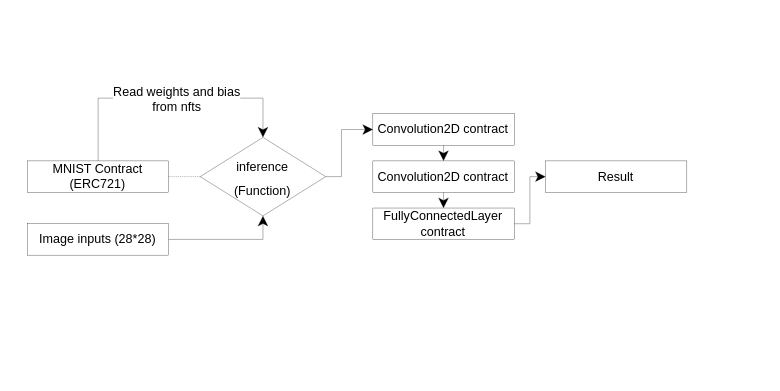
The draw.io diagram public/schematic.drawio in scottham/OnChainHRDigitPredict, before the edit. Source tidied: cells renumbered, new cells numbered last; positions are measured from the earlier drawing's top-left corner, leaving out a move shared by most shapes. Both pictures are drawn from the tidied source at 157%, with x=0, y=0 at pixel (27, 97).
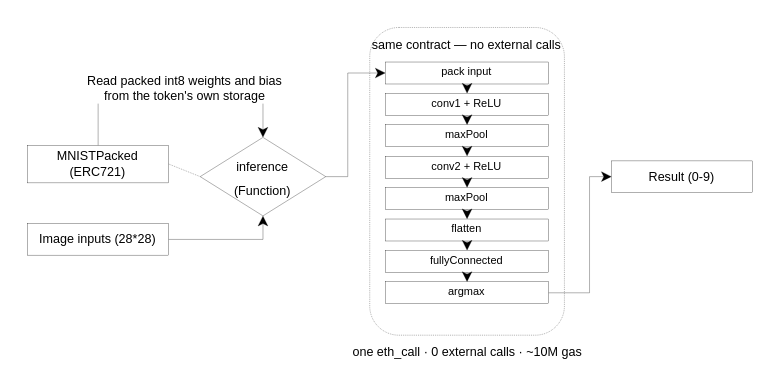
Above is the later version.

Commit message (it also covers changes not shown here):
Redraw the schematic for the contract that is actually deployed

Unchanged cells that the change refers to:
```xml
<mxCell id="3" value="&lt;font style=&quot;font-size: 8px; line-height: 0%;&quot;&gt;inference&lt;br&gt;(Function)&lt;/font&gt;" style="rhombus;whiteSpace=wrap;html=1;strokeWidth=0.2;spacing=1;spacingBottom=0;" parent="1" vertex="1">
  <mxGeometry x="110" y="25" width="80" height="50" as="geometry" />
</mxCell>
```

What changed in the source:
```diff
@@
-    <mxCell id="2" value="MNIST Contract&lt;br&gt;(ERC721)" style="rounded=0;whiteSpace=wrap;html=1;horizontal=1;strokeWidth=0.2;fontSize=8;" parent="1" vertex="1">
-      <mxGeometry y="40" width="90" height="20" as="geometry" />
-    </mxCell>
+    <mxCell id="17" value="MNISTPacked&lt;br&gt;(ERC721)" style="rounded=0;whiteSpace=wrap;html=1;horizontal=1;strokeWidth=0.2;fontSize=8;" parent="1" vertex="1">
+      <mxGeometry y="30" width="90" height="24" as="geometry" />
+    </mxCell>
+    <mxCell id="15" value="Image inputs (28*28)" style="rounded=0;whiteSpace=wrap;html=1;horizontal=1;strokeWidth=0.2;fontSize=8;" parent="1" vertex="1">
+      <mxGeometry y="80" width="90" height="20" as="geometry" />
+    </mxCell>
@@
-    <mxCell id="4" style="endArrow=none;dashed=1;html=1;rounded=0;exitX=1;exitY=0.5;exitDx=0;exitDy=0;entryX=0;entryY=0.5;entryDx=0;entryDy=0;strokeWidth=0.2;" parent="1" edge="1" source="2" target="3">
-      <mxGeometry relative="1" as="geometry" />
-    </mxCell>
-    <mxCell id="5" style="endArrow=classic;html=1;rounded=0;strokeWidth=0.2;exitX=0.5;exitY=0;exitDx=0;exitDy=0;entryX=0.5;entryY=0;entryDx=0;entryDy=0;" parent="1" edge="1" source="2" target="3">
-      <mxGeometry relative="1" as="geometry">
-        <Array as="points">
-          <mxPoint x="45" />
-          <mxPoint x="100" />
-          <mxPoint x="150" />
-        </Array>
-      </mxGeometry>
-    </mxCell>
-    <mxCell id="6" value="Read weights and bias&lt;br&gt;from nfts" style="edgeLabel;html=1;align=center;verticalAlign=middle;fontSize=8;" parent="5" vertex="1">
-      <mxGeometry x="0.05" relative="1" as="geometry" />
-    </mxCell>
-    <mxCell id="7" value="Convolution2D contract" style="rounded=0;whiteSpace=wrap;html=1;horizontal=1;strokeWidth=0.2;fontSize=8;" parent="1" vertex="1">
-      <mxGeometry x="220" y="10" width="90" height="20" as="geometry" />
-    </mxCell>
-    <mxCell id="8" value="FullyConnectedLayer contract" style="rounded=0;whiteSpace=wrap;html=1;horizontal=1;strokeWidth=0.2;fontSize=8;" parent="1" vertex="1">
-      <mxGeometry x="220" y="70" width="90" height="20" as="geometry" />
-    </mxCell>
-    <mxCell id="9" value="Convolution2D contract" style="rounded=0;whiteSpace=wrap;html=1;horizontal=1;strokeWidth=0.2;fontSize=8;" parent="1" vertex="1">
-      <mxGeometry x="220" y="40" width="90" height="20" as="geometry" />
-    </mxCell>
-    <mxCell id="10" style="endArrow=classic;html=1;rounded=0;strokeWidth=0.2;entryX=0;entryY=0.5;entryDx=0;entryDy=0;exitX=1;exitY=0.5;exitDx=0;exitDy=0;" parent="1" edge="1" source="3" target="7">
-      <mxGeometry relative="1" as="geometry">
-        <Array as="points">
-          <mxPoint x="200" y="50" />
-          <mxPoint x="200" y="20" />
-        </Array>
-      </mxGeometry>
-    </mxCell>
-    <mxCell id="11" style="endArrow=classic;html=1;rounded=0;strokeWidth=0.2;entryX=0.5;entryY=0;entryDx=0;entryDy=0;exitX=0.5;exitY=1;exitDx=0;exitDy=0;" parent="1" edge="1" source="7" target="9">
-      <mxGeometry relative="1" as="geometry" />
-    </mxCell>
-    <mxCell id="12" style="endArrow=classic;html=1;rounded=0;strokeWidth=0.2;entryX=0.5;entryY=0;entryDx=0;entryDy=0;exitX=0.5;exitY=1;exitDx=0;exitDy=0;" parent="1" edge="1" source="9" target="8">
-      <mxGeometry relative="1" as="geometry" />
-    </mxCell>
-    <mxCell id="13" value="Result" style="rounded=0;whiteSpace=wrap;html=1;horizontal=1;strokeWidth=0.2;fontSize=8;" parent="1" vertex="1">
-      <mxGeometry x="330" y="40" width="90" height="20" as="geometry" />
-    </mxCell>
-    <mxCell id="14" style="endArrow=classic;html=1;rounded=0;strokeWidth=0.2;entryX=0;entryY=0.5;entryDx=0;entryDy=0;exitX=1;exitY=0.5;exitDx=0;exitDy=0;" parent="1" edge="1" source="8" target="13">
-      <mxGeometry relative="1" as="geometry">
-        <Array as="points">
-          <mxPoint x="320" y="80" />
-          <mxPoint x="320" y="50" />
-        </Array>
-      </mxGeometry>
-    </mxCell>
-    <mxCell id="15" value="Image inputs (28*28)" style="rounded=0;whiteSpace=wrap;html=1;horizontal=1;strokeWidth=0.2;fontSize=8;" parent="1" vertex="1">
-      <mxGeometry y="80" width="90" height="20" as="geometry" />
-    </mxCell>
+    <mxCell id="18" style="endArrow=none;dashed=1;html=1;rounded=0;exitX=1;exitY=0.5;exitDx=0;exitDy=0;entryX=0;entryY=0.5;entryDx=0;entryDy=0;strokeWidth=0.2;" parent="1" edge="1" source="17" target="3">
+      <mxGeometry relative="1" as="geometry" />
+    </mxCell>
+    <mxCell id="19" style="endArrow=classic;html=1;rounded=0;strokeWidth=0.2;exitX=0.5;exitY=0;exitDx=0;exitDy=0;entryX=0.5;entryY=0;entryDx=0;entryDy=0;" parent="1" edge="1" source="17" target="3">
+      <mxGeometry relative="1" as="geometry">
+        <Array as="points">
+          <mxPoint x="45" y="-7" />
+          <mxPoint x="150" y="-7" />
+        </Array>
+      </mxGeometry>
+    </mxCell>
+    <mxCell id="20" value="Read packed int8 weights and bias&lt;br&gt;from the token's own storage" style="edgeLabel;html=1;align=center;verticalAlign=middle;fontSize=8;" parent="19" vertex="1">
+      <mxGeometry x="0.05" relative="1" as="geometry" />
+    </mxCell>
     <mxCell id="16" style="endArrow=classic;html=1;rounded=0;strokeWidth=0.2;entryX=0.5;entryY=1;entryDx=0;entryDy=0;exitX=1;exitY=0.5;exitDx=0;exitDy=0;" parent="1" edge="1" source="15" target="3">
       <mxGeometry relative="1" as="geometry">
         <Array as="points">
-          <mxPoint x="140" y="90" />
           <mxPoint x="150" y="90" />
         </Array>
       </mxGeometry>
     </mxCell>
+    <mxCell id="21" value="&lt;font style=&quot;font-size: 8px;&quot;&gt;same contract — no external calls&lt;/font&gt;" style="rounded=1;whiteSpace=wrap;html=1;strokeWidth=0.2;dashed=1;fillColor=none;verticalAlign=top;fontSize=8;" parent="1" vertex="1">
+      <mxGeometry x="218" y="-45" width="124" height="196" as="geometry" />
+    </mxCell>
+    <mxCell id="22" value="pack input" style="rounded=0;whiteSpace=wrap;html=1;strokeWidth=0.2;fontSize=7;" parent="1" vertex="1">
+      <mxGeometry x="228" y="-23" width="104" height="14" as="geometry" />
+    </mxCell>
+    <mxCell id="23" value="conv1 + ReLU" style="rounded=0;whiteSpace=wrap;html=1;strokeWidth=0.2;fontSize=7;" parent="1" vertex="1">
+      <mxGeometry x="228" y="-3" width="104" height="14" as="geometry" />
+    </mxCell>
+    <mxCell id="24" value="maxPool" style="rounded=0;whiteSpace=wrap;html=1;strokeWidth=0.2;fontSize=7;" parent="1" vertex="1">
+      <mxGeometry x="228" y="17" width="104" height="14" as="geometry" />
+    </mxCell>
+    <mxCell id="25" value="conv2 + ReLU" style="rounded=0;whiteSpace=wrap;html=1;strokeWidth=0.2;fontSize=7;" parent="1" vertex="1">
+      <mxGeometry x="228" y="37" width="104" height="14" as="geometry" />
+    </mxCell>
+    <mxCell id="26" value="maxPool" style="rounded=0;whiteSpace=wrap;html=1;strokeWidth=0.2;fontSize=7;" parent="1" vertex="1">
+      <mxGeometry x="228" y="57" width="104" height="14" as="geometry" />
+    </mxCell>
+    <mxCell id="27" value="flatten" style="rounded=0;whiteSpace=wrap;html=1;strokeWidth=0.2;fontSize=7;" parent="1" vertex="1">
+      <mxGeometry x="228" y="77" width="104" height="14" as="geometry" />
+    </mxCell>
+    <mxCell id="28" value="fullyConnected" style="rounded=0;whiteSpace=wrap;html=1;strokeWidth=0.2;fontSize=7;" parent="1" vertex="1">
+      <mxGeometry x="228" y="97" width="104" height="14" as="geometry" />
+    </mxCell>
+    <mxCell id="29" value="argmax" style="rounded=0;whiteSpace=wrap;html=1;strokeWidth=0.2;fontSize=7;" parent="1" vertex="1">
+      <mxGeometry x="228" y="117" width="104" height="14" as="geometry" />
+    </mxCell>
+    <mxCell id="30" style="endArrow=classic;html=1;rounded=0;strokeWidth=0.2;exitX=0.5;exitY=1;entryX=0.5;entryY=0;" parent="1" edge="1" source="22" target="23">
+      <mxGeometry relative="1" as="geometry" />
+    </mxCell>
+    <mxCell id="31" style="endArrow=classic;html=1;rounded=0;strokeWidth=0.2;exitX=0.5;exitY=1;entryX=0.5;entryY=0;" parent="1" edge="1" source="23" target="24">
+      <mxGeometry relative="1" as="geometry" />
+    </mxCell>
+    <mxCell id="32" style="endArrow=classic;html=1;rounded=0;strokeWidth=0.2;exitX=0.5;exitY=1;entryX=0.5;entryY=0;" parent="1" edge="1" source="24" target="25">
+      <mxGeometry relative="1" as="geometry" />
+    </mxCell>
+    <mxCell id="33" style="endArrow=classic;html=1;rounded=0;strokeWidth=0.2;exitX=0.5;exitY=1;entryX=0.5;entryY=0;" parent="1" edge="1" source="25" target="26">
+      <mxGeometry relative="1" as="geometry" />
+    </mxCell>
+    <mxCell id="34" style="endArrow=classic;html=1;rounded=0;strokeWidth=0.2;exitX=0.5;exitY=1;entryX=0.5;entryY=0;" parent="1" edge="1" source="26" target="27">
+      <mxGeometry relative="1" as="geometry" />
+    </mxCell>
+    <mxCell id="35" style="endArrow=classic;html=1;rounded=0;strokeWidth=0.2;exitX=0.5;exitY=1;entryX=0.5;entryY=0;" parent="1" edge="1" source="27" target="28">
+      <mxGeometry relative="1" as="geometry" />
+    </mxCell>
+    <mxCell id="36" style="endArrow=classic;html=1;rounded=0;strokeWidth=0.2;exitX=0.5;exitY=1;entryX=0.5;entryY=0;" parent="1" edge="1" source="28" target="29">
+      <mxGeometry relative="1" as="geometry" />
+    </mxCell>
+    <mxCell id="37" style="endArrow=classic;html=1;rounded=0;strokeWidth=0.2;exitX=1;exitY=0.5;exitDx=0;exitDy=0;entryX=0;entryY=0.5;entryDx=0;entryDy=0;" parent="1" edge="1" source="3" target="22">
+      <mxGeometry relative="1" as="geometry">
+        <Array as="points">
+          <mxPoint x="204" y="50" />
+          <mxPoint x="204" y="-16" />
+        </Array>
+      </mxGeometry>
+    </mxCell>
+    <mxCell id="38" value="Result (0-9)" style="rounded=0;whiteSpace=wrap;html=1;horizontal=1;strokeWidth=0.2;fontSize=8;" parent="1" vertex="1">
+      <mxGeometry x="372" y="40" width="90" height="20" as="geometry" />
+    </mxCell>
+    <mxCell id="39" style="endArrow=classic;html=1;rounded=0;strokeWidth=0.2;exitX=1;exitY=0.5;exitDx=0;exitDy=0;entryX=0;entryY=0.5;entryDx=0;entryDy=0;" parent="1" edge="1" source="29" target="38">
+      <mxGeometry relative="1" as="geometry">
+        <Array as="points">
+          <mxPoint x="358" y="124" />
+          <mxPoint x="358" y="50" />
+        </Array>
+      </mxGeometry>
+    </mxCell>
+    <mxCell id="40" value="one eth_call · 0 external calls · ~10M gas" style="text;html=1;align=center;verticalAlign=middle;fontSize=8;" parent="1" vertex="1">
+      <mxGeometry x="218" y="155" width="124" height="14" as="geometry" />
+    </mxCell>
```
